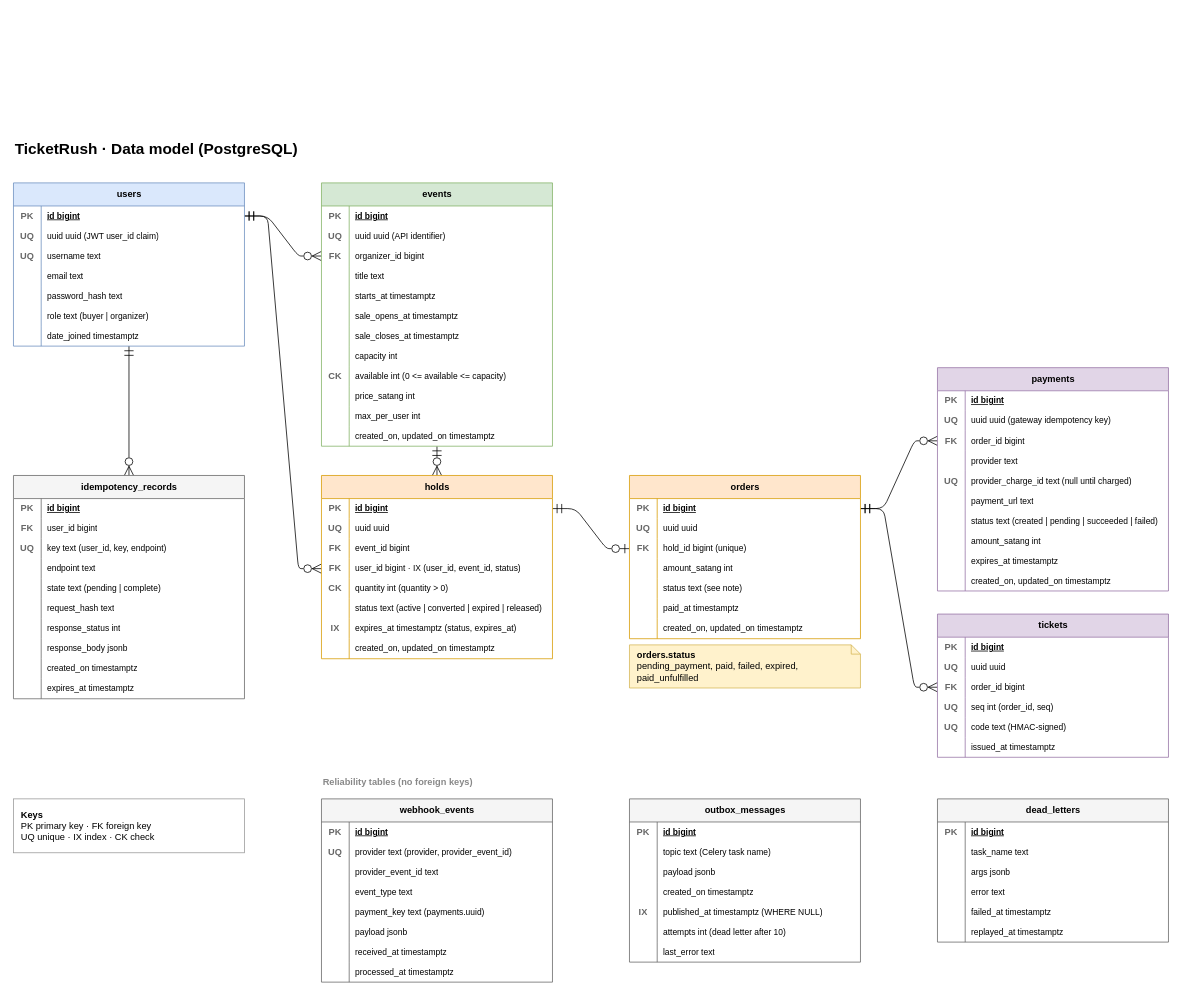
Earlier version of the draw.io diagram docs/diagrams/data-model.drawio (NaphatJM/ticketrush). Source tidied: cells renumbered, new cells numbered last; positions are measured from the earlier drawing's top-left corner, leaving out a move shared by most shapes. Both pictures are drawn from the tidied source at 77%, with x=0, y=0 at pixel (13, 136).
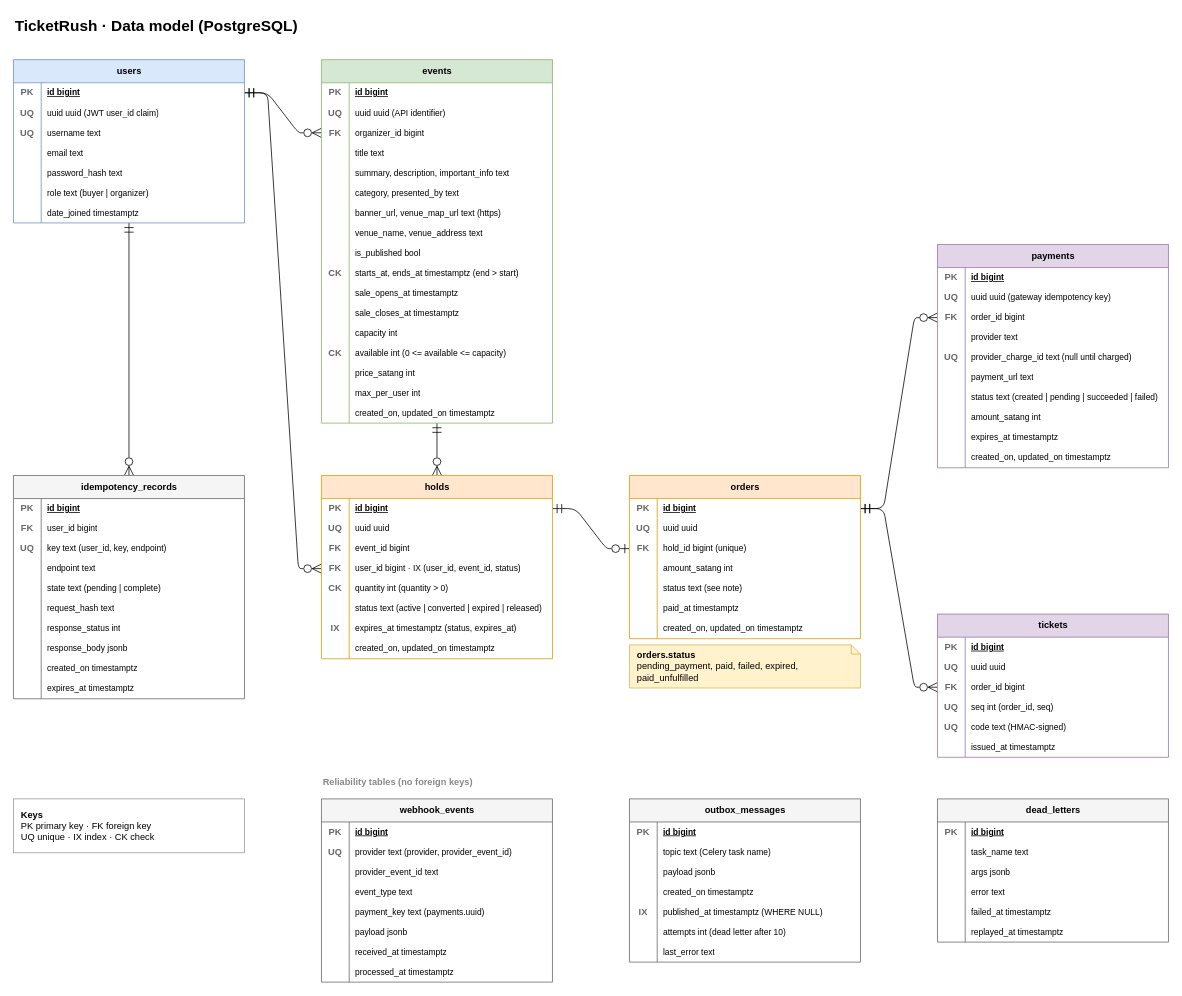
After the change.

The change refers to these unchanged cells:
```xml
<mxCell id="38" style="shape=tableRow;horizontal=0;startSize=0;swimlaneHead=0;swimlaneBody=0;fillColor=none;top=0;left=0;right=0;bottom=0;html=1;" parent="25" vertex="1">
  <mxGeometry y="134" width="300" height="26" as="geometry" />
</mxCell>
<mxCell id="41" style="shape=tableRow;horizontal=0;startSize=0;swimlaneHead=0;swimlaneBody=0;fillColor=none;top=0;left=0;right=0;bottom=0;html=1;" parent="25" vertex="1">
  <mxGeometry y="160" width="300" height="26" as="geometry" />
</mxCell>
<mxCell id="44" style="shape=tableRow;horizontal=0;startSize=0;swimlaneHead=0;swimlaneBody=0;fillColor=none;top=0;left=0;right=0;bottom=0;html=1;" parent="25" vertex="1">
  <mxGeometry y="186" width="300" height="26" as="geometry" />
</mxCell>
<mxCell id="47" style="shape=tableRow;horizontal=0;startSize=0;swimlaneHead=0;swimlaneBody=0;fillColor=none;top=0;left=0;right=0;bottom=0;html=1;" parent="25" vertex="1">
  <mxGeometry y="212" width="300" height="26" as="geometry" />
</mxCell>
<mxCell id="50" style="shape=tableRow;horizontal=0;startSize=0;swimlaneHead=0;swimlaneBody=0;fillColor=none;top=0;left=0;right=0;bottom=0;html=1;" parent="25" vertex="1">
  <mxGeometry y="238" width="300" height="26" as="geometry" />
</mxCell>
<mxCell id="53" style="shape=tableRow;horizontal=0;startSize=0;swimlaneHead=0;swimlaneBody=0;fillColor=none;top=0;left=0;right=0;bottom=0;html=1;" parent="25" vertex="1">
  <mxGeometry y="264" width="300" height="26" as="geometry" />
</mxCell>
<mxCell id="56" style="shape=tableRow;horizontal=0;startSize=0;swimlaneHead=0;swimlaneBody=0;fillColor=none;top=0;left=0;right=0;bottom=0;html=1;" parent="25" vertex="1">
  <mxGeometry y="290" width="300" height="26" as="geometry" />
</mxCell>
<mxCell id="59" style="shape=tableRow;horizontal=0;startSize=0;swimlaneHead=0;swimlaneBody=0;fillColor=none;top=0;left=0;right=0;bottom=0;html=1;" parent="25" vertex="1">
  <mxGeometry y="316" width="300" height="26" as="geometry" />
</mxCell>
```

Diff of the diagram source:
```diff
@@
     <mxCell id="3" value="users" style="shape=table;startSize=30;childLayout=tableLayout;rowLines=0;fontStyle=1;align=center;html=1;fillColor=#dae8fc;strokeColor=#6c8ebf;swimlaneFillColor=#ffffff;" parent="2" vertex="1">
-      <mxGeometry y="60" width="300" height="212" as="geometry" />
+      <mxGeometry y="-100" width="300" height="212" as="geometry" />
     </mxCell>
@@
     <mxCell id="25" value="events" style="shape=table;startSize=30;childLayout=tableLayout;rowLines=0;fontStyle=1;align=center;html=1;fillColor=#d5e8d4;strokeColor=#82b366;swimlaneFillColor=#ffffff;" parent="2" vertex="1">
-      <mxGeometry x="400" y="60" width="300" height="342" as="geometry" />
+      <mxGeometry x="400" y="-100" width="300" height="472" as="geometry" />
     </mxCell>
@@
-    <mxCell id="40" value="starts_at timestamptz" style="shape=partialRectangle;fillColor=none;top=0;left=0;bottom=0;right=0;align=left;spacingLeft=6;overflow=hidden;html=1;fontSize=11;" parent="38" vertex="1">
+    <mxCell id="40" value="summary, description, important_info text" style="shape=partialRectangle;fillColor=none;top=0;left=0;bottom=0;right=0;align=left;spacingLeft=6;overflow=hidden;html=1;fontSize=11;" parent="38" vertex="1">
       <mxGeometry x="36" width="264" height="26" as="geometry" />
     </mxCell>
@@
-    <mxCell id="43" value="sale_opens_at timestamptz" style="shape=partialRectangle;fillColor=none;top=0;left=0;bottom=0;right=0;align=left;spacingLeft=6;overflow=hidden;html=1;fontSize=11;" parent="41" vertex="1">
+    <mxCell id="43" value="category, presented_by text" style="shape=partialRectangle;fillColor=none;top=0;left=0;bottom=0;right=0;align=left;spacingLeft=6;overflow=hidden;html=1;fontSize=11;" parent="41" vertex="1">
       <mxGeometry x="36" width="264" height="26" as="geometry" />
     </mxCell>
@@
-    <mxCell id="46" value="sale_closes_at timestamptz" style="shape=partialRectangle;fillColor=none;top=0;left=0;bottom=0;right=0;align=left;spacingLeft=6;overflow=hidden;html=1;fontSize=11;" parent="44" vertex="1">
+    <mxCell id="46" value="banner_url, venue_map_url text  (https)" style="shape=partialRectangle;fillColor=none;top=0;left=0;bottom=0;right=0;align=left;spacingLeft=6;overflow=hidden;html=1;fontSize=11;" parent="44" vertex="1">
       <mxGeometry x="36" width="264" height="26" as="geometry" />
     </mxCell>
@@
-    <mxCell id="49" value="capacity int" style="shape=partialRectangle;fillColor=none;top=0;left=0;bottom=0;right=0;align=left;spacingLeft=6;overflow=hidden;html=1;fontSize=11;" parent="47" vertex="1">
+    <mxCell id="49" value="venue_name, venue_address text" style="shape=partialRectangle;fillColor=none;top=0;left=0;bottom=0;right=0;align=left;spacingLeft=6;overflow=hidden;html=1;fontSize=11;" parent="47" vertex="1">
       <mxGeometry x="36" width="264" height="26" as="geometry" />
     </mxCell>
@@
-    <mxCell id="51" value="CK" style="shape=partialRectangle;fillColor=none;top=0;left=0;bottom=0;right=0;fontStyle=1;overflow=hidden;html=1;fontColor=#666666;" parent="50" vertex="1">
+    <mxCell id="51" style="shape=partialRectangle;fillColor=none;top=0;left=0;bottom=0;right=0;fontStyle=1;overflow=hidden;html=1;fontColor=#666666;" parent="50" vertex="1">
       <mxGeometry width="36" height="26" as="geometry" />
     </mxCell>
-    <mxCell id="52" value="available int  (0 &lt;= available &lt;= capacity)" style="shape=partialRectangle;fillColor=none;top=0;left=0;bottom=0;right=0;align=left;spacingLeft=6;overflow=hidden;html=1;fontSize=11;" parent="50" vertex="1">
+    <mxCell id="52" value="is_published bool" style="shape=partialRectangle;fillColor=none;top=0;left=0;bottom=0;right=0;align=left;spacingLeft=6;overflow=hidden;html=1;fontSize=11;" parent="50" vertex="1">
       <mxGeometry x="36" width="264" height="26" as="geometry" />
     </mxCell>
@@
-    <mxCell id="54" style="shape=partialRectangle;fillColor=none;top=0;left=0;bottom=0;right=0;fontStyle=1;overflow=hidden;html=1;fontColor=#666666;" parent="53" vertex="1">
+    <mxCell id="54" value="CK" style="shape=partialRectangle;fillColor=none;top=0;left=0;bottom=0;right=0;fontStyle=1;overflow=hidden;html=1;fontColor=#666666;" parent="53" vertex="1">
       <mxGeometry width="36" height="26" as="geometry" />
     </mxCell>
-    <mxCell id="55" value="price_satang int" style="shape=partialRectangle;fillColor=none;top=0;left=0;bottom=0;right=0;align=left;spacingLeft=6;overflow=hidden;html=1;fontSize=11;" parent="53" vertex="1">
+    <mxCell id="55" value="starts_at, ends_at timestamptz  (end &gt; start)" style="shape=partialRectangle;fillColor=none;top=0;left=0;bottom=0;right=0;align=left;spacingLeft=6;overflow=hidden;html=1;fontSize=11;" parent="53" vertex="1">
       <mxGeometry x="36" width="264" height="26" as="geometry" />
     </mxCell>
@@
-    <mxCell id="58" value="max_per_user int" style="shape=partialRectangle;fillColor=none;top=0;left=0;bottom=0;right=0;align=left;spacingLeft=6;overflow=hidden;html=1;fontSize=11;" parent="56" vertex="1">
+    <mxCell id="58" value="sale_opens_at timestamptz" style="shape=partialRectangle;fillColor=none;top=0;left=0;bottom=0;right=0;align=left;spacingLeft=6;overflow=hidden;html=1;fontSize=11;" parent="56" vertex="1">
       <mxGeometry x="36" width="264" height="26" as="geometry" />
     </mxCell>
@@
-    <mxCell id="61" value="created_on, updated_on timestamptz" style="shape=partialRectangle;fillColor=none;top=0;left=0;bottom=0;right=0;align=left;spacingLeft=6;overflow=hidden;html=1;fontSize=11;" parent="59" vertex="1">
+    <mxCell id="61" value="sale_closes_at timestamptz" style="shape=partialRectangle;fillColor=none;top=0;left=0;bottom=0;right=0;align=left;spacingLeft=6;overflow=hidden;html=1;fontSize=11;" parent="59" vertex="1">
       <mxGeometry x="36" width="264" height="26" as="geometry" />
     </mxCell>
+    <mxCell id="267" style="shape=tableRow;horizontal=0;startSize=0;swimlaneHead=0;swimlaneBody=0;fillColor=none;top=0;left=0;right=0;bottom=0;html=1;" parent="25" vertex="1">
+      <mxGeometry y="342" width="300" height="26" as="geometry" />
+    </mxCell>
+    <mxCell id="268" style="shape=partialRectangle;fillColor=none;top=0;left=0;bottom=0;right=0;fontStyle=1;overflow=hidden;html=1;fontColor=#666666;" parent="267" vertex="1">
+      <mxGeometry width="36" height="26" as="geometry" />
+    </mxCell>
+    <mxCell id="269" value="capacity int" style="shape=partialRectangle;fillColor=none;top=0;left=0;bottom=0;right=0;align=left;spacingLeft=6;overflow=hidden;html=1;fontSize=11;" parent="267" vertex="1">
+      <mxGeometry x="36" width="264" height="26" as="geometry" />
+    </mxCell>
+    <mxCell id="270" style="shape=tableRow;horizontal=0;startSize=0;swimlaneHead=0;swimlaneBody=0;fillColor=none;top=0;left=0;right=0;bottom=0;html=1;" parent="25" vertex="1">
+      <mxGeometry y="368" width="300" height="26" as="geometry" />
+    </mxCell>
+    <mxCell id="271" value="CK" style="shape=partialRectangle;fillColor=none;top=0;left=0;bottom=0;right=0;fontStyle=1;overflow=hidden;html=1;fontColor=#666666;" parent="270" vertex="1">
+      <mxGeometry width="36" height="26" as="geometry" />
+    </mxCell>
+    <mxCell id="272" value="available int  (0 &lt;= available &lt;= capacity)" style="shape=partialRectangle;fillColor=none;top=0;left=0;bottom=0;right=0;align=left;spacingLeft=6;overflow=hidden;html=1;fontSize=11;" parent="270" vertex="1">
+      <mxGeometry x="36" width="264" height="26" as="geometry" />
+    </mxCell>
+    <mxCell id="273" style="shape=tableRow;horizontal=0;startSize=0;swimlaneHead=0;swimlaneBody=0;fillColor=none;top=0;left=0;right=0;bottom=0;html=1;" parent="25" vertex="1">
+      <mxGeometry y="394" width="300" height="26" as="geometry" />
+    </mxCell>
+    <mxCell id="274" style="shape=partialRectangle;fillColor=none;top=0;left=0;bottom=0;right=0;fontStyle=1;overflow=hidden;html=1;fontColor=#666666;" parent="273" vertex="1">
+      <mxGeometry width="36" height="26" as="geometry" />
+    </mxCell>
+    <mxCell id="275" value="price_satang int" style="shape=partialRectangle;fillColor=none;top=0;left=0;bottom=0;right=0;align=left;spacingLeft=6;overflow=hidden;html=1;fontSize=11;" parent="273" vertex="1">
+      <mxGeometry x="36" width="264" height="26" as="geometry" />
+    </mxCell>
+    <mxCell id="276" style="shape=tableRow;horizontal=0;startSize=0;swimlaneHead=0;swimlaneBody=0;fillColor=none;top=0;left=0;right=0;bottom=0;html=1;" parent="25" vertex="1">
+      <mxGeometry y="420" width="300" height="26" as="geometry" />
+    </mxCell>
+    <mxCell id="277" style="shape=partialRectangle;fillColor=none;top=0;left=0;bottom=0;right=0;fontStyle=1;overflow=hidden;html=1;fontColor=#666666;" parent="276" vertex="1">
+      <mxGeometry width="36" height="26" as="geometry" />
+    </mxCell>
+    <mxCell id="278" value="max_per_user int" style="shape=partialRectangle;fillColor=none;top=0;left=0;bottom=0;right=0;align=left;spacingLeft=6;overflow=hidden;html=1;fontSize=11;" parent="276" vertex="1">
+      <mxGeometry x="36" width="264" height="26" as="geometry" />
+    </mxCell>
+    <mxCell id="279" style="shape=tableRow;horizontal=0;startSize=0;swimlaneHead=0;swimlaneBody=0;fillColor=none;top=0;left=0;right=0;bottom=0;html=1;" parent="25" vertex="1">
+      <mxGeometry y="446" width="300" height="26" as="geometry" />
+    </mxCell>
+    <mxCell id="280" style="shape=partialRectangle;fillColor=none;top=0;left=0;bottom=0;right=0;fontStyle=1;overflow=hidden;html=1;fontColor=#666666;" parent="279" vertex="1">
+      <mxGeometry width="36" height="26" as="geometry" />
+    </mxCell>
+    <mxCell id="281" value="created_on, updated_on timestamptz" style="shape=partialRectangle;fillColor=none;top=0;left=0;bottom=0;right=0;align=left;spacingLeft=6;overflow=hidden;html=1;fontSize=11;" parent="279" vertex="1">
+      <mxGeometry x="36" width="264" height="26" as="geometry" />
+    </mxCell>
@@
     <mxCell id="140" value="payments" style="shape=table;startSize=30;childLayout=tableLayout;rowLines=0;fontStyle=1;align=center;html=1;fillColor=#e1d5e7;strokeColor=#9673a6;swimlaneFillColor=#ffffff;" parent="2" vertex="1">
-      <mxGeometry x="1200" y="300" width="300" height="290" as="geometry" />
+      <mxGeometry x="1200" y="140" width="300" height="290" as="geometry" />
     </mxCell>
@@
     <mxCell id="264" value="&lt;b&gt;TicketRush · Data model (PostgreSQL)&lt;/b&gt;" style="text;html=1;fontSize=20;align=left;verticalAlign=middle;" parent="2" vertex="1">
-      <mxGeometry width="600" height="30" as="geometry" />
+      <mxGeometry y="-160" width="600" height="30" as="geometry" />
     </mxCell>
```
